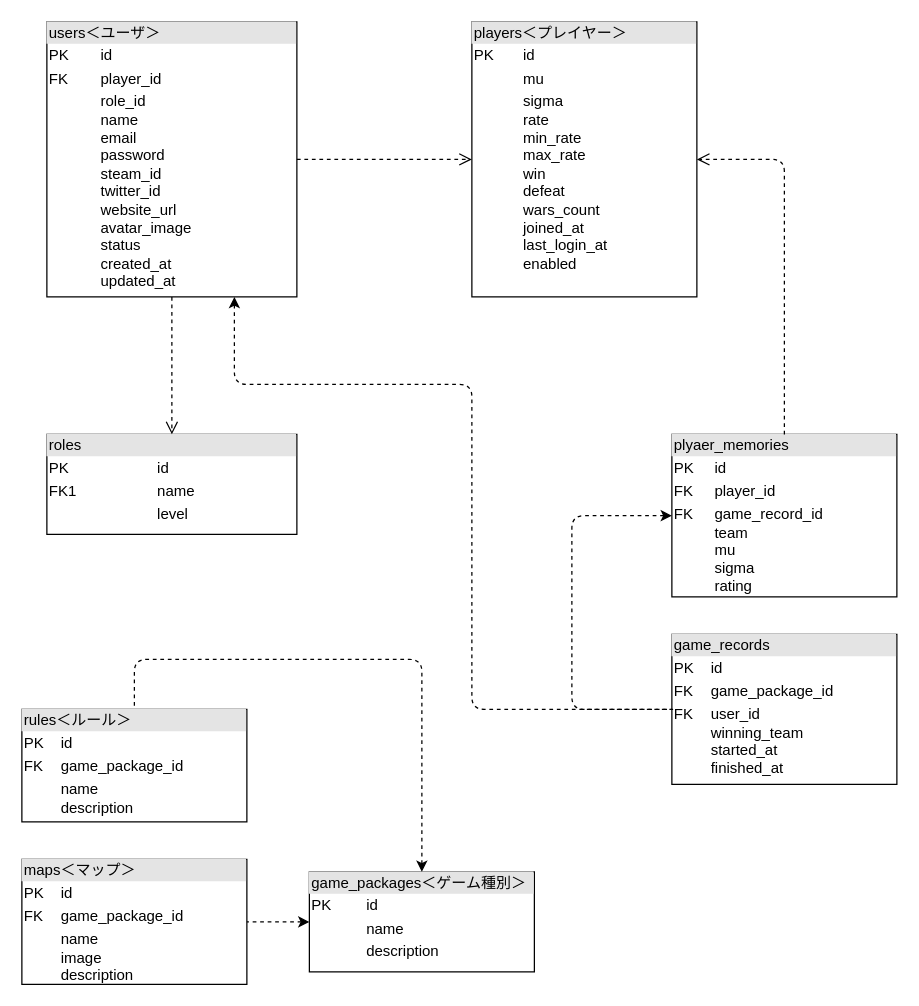
Before: docs/wzn_テーブル設計.drawio in sokorahen-szk/warzone-aoe, a draw.io diagram. Source tidied: cells renumbered, new cells numbered last; positions are measured from the earlier drawing's top-left corner, leaving out a move shared by most shapes. Both pictures are drawn from the tidied source at 125%, with x=0, y=0 at pixel (21, 21).
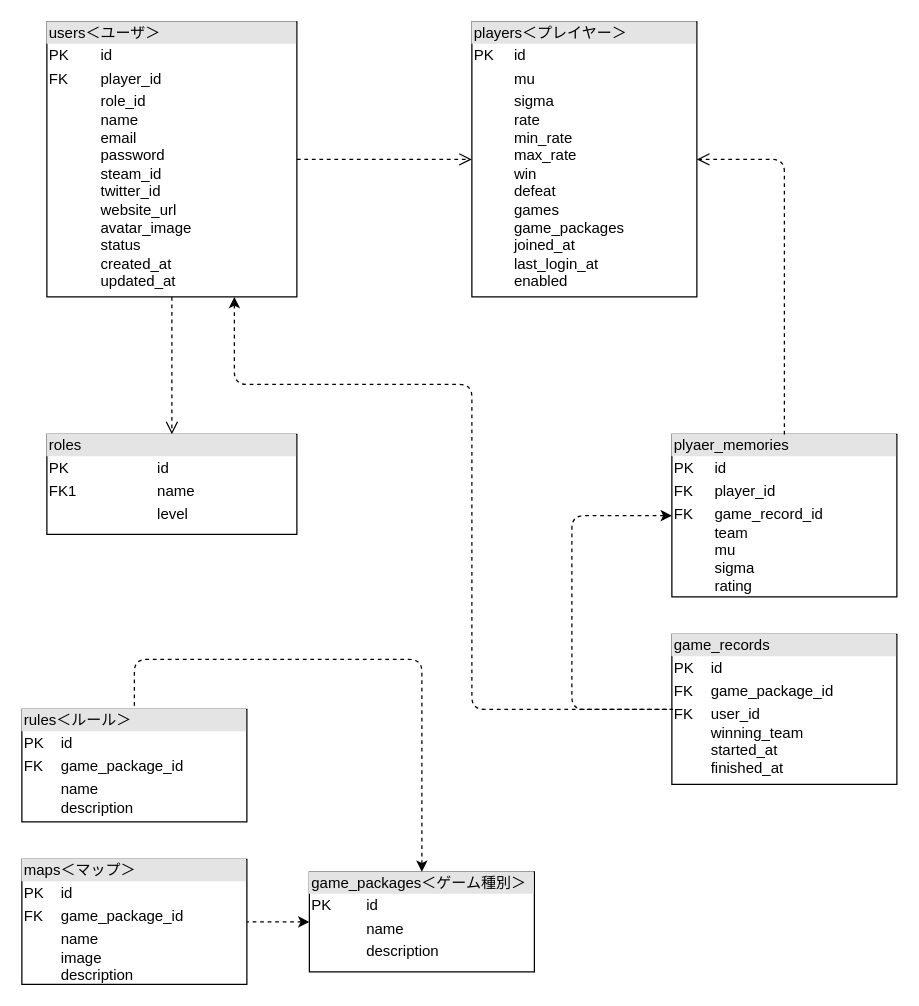
Above is the later version.

Change to the diagram source:
```diff
@@
-    <mxCell id="3" value="&lt;div style=&quot;box-sizing: border-box ; width: 100% ; background: #e4e4e4 ; padding: 2px&quot;&gt;players＜プレイヤー＞&lt;/div&gt;&lt;table style=&quot;width: 100% ; font-size: 1em&quot; cellpadding=&quot;2&quot; cellspacing=&quot;0&quot;&gt;&lt;tbody&gt;&lt;tr&gt;&lt;td&gt;PK&lt;/td&gt;&lt;td&gt;id&lt;/td&gt;&lt;/tr&gt;&lt;tr&gt;&lt;td&gt;&lt;br&gt;&lt;/td&gt;&lt;td&gt;mu&lt;/td&gt;&lt;/tr&gt;&lt;tr&gt;&lt;td&gt;&lt;/td&gt;&lt;td&gt;sigma&lt;br&gt;rate&lt;br&gt;min_rate&lt;br&gt;max_rate&lt;br&gt;win&lt;br&gt;defeat&lt;br&gt;wars_count&lt;br&gt;joined_at&lt;br&gt;last_login_at&lt;br&gt;enabled&lt;br&gt;&lt;br&gt;&lt;/td&gt;&lt;/tr&gt;&lt;/tbody&gt;&lt;/table&gt;" style="verticalAlign=top;align=left;overflow=fill;html=1;" parent="1" vertex="1">
+    <mxCell id="3" value="&lt;div style=&quot;box-sizing: border-box ; width: 100% ; background: #e4e4e4 ; padding: 2px&quot;&gt;players＜プレイヤー＞&lt;/div&gt;&lt;table style=&quot;width: 100% ; font-size: 1em&quot; cellpadding=&quot;2&quot; cellspacing=&quot;0&quot;&gt;&lt;tbody&gt;&lt;tr&gt;&lt;td&gt;PK&lt;/td&gt;&lt;td&gt;id&lt;/td&gt;&lt;/tr&gt;&lt;tr&gt;&lt;td&gt;&lt;br&gt;&lt;/td&gt;&lt;td&gt;mu&lt;/td&gt;&lt;/tr&gt;&lt;tr&gt;&lt;td&gt;&lt;/td&gt;&lt;td&gt;sigma&lt;br&gt;rate&lt;br&gt;min_rate&lt;br&gt;max_rate&lt;br&gt;win&lt;br&gt;defeat&lt;br&gt;games&lt;br&gt;game_packages&lt;br&gt;joined_at&lt;br&gt;last_login_at&lt;br&gt;enabled&lt;br&gt;&lt;br&gt;&lt;/td&gt;&lt;/tr&gt;&lt;/tbody&gt;&lt;/table&gt;" style="verticalAlign=top;align=left;overflow=fill;html=1;" parent="1" vertex="1">
       <mxGeometry x="360" width="180" height="220" as="geometry" />
     </mxCell>
```
